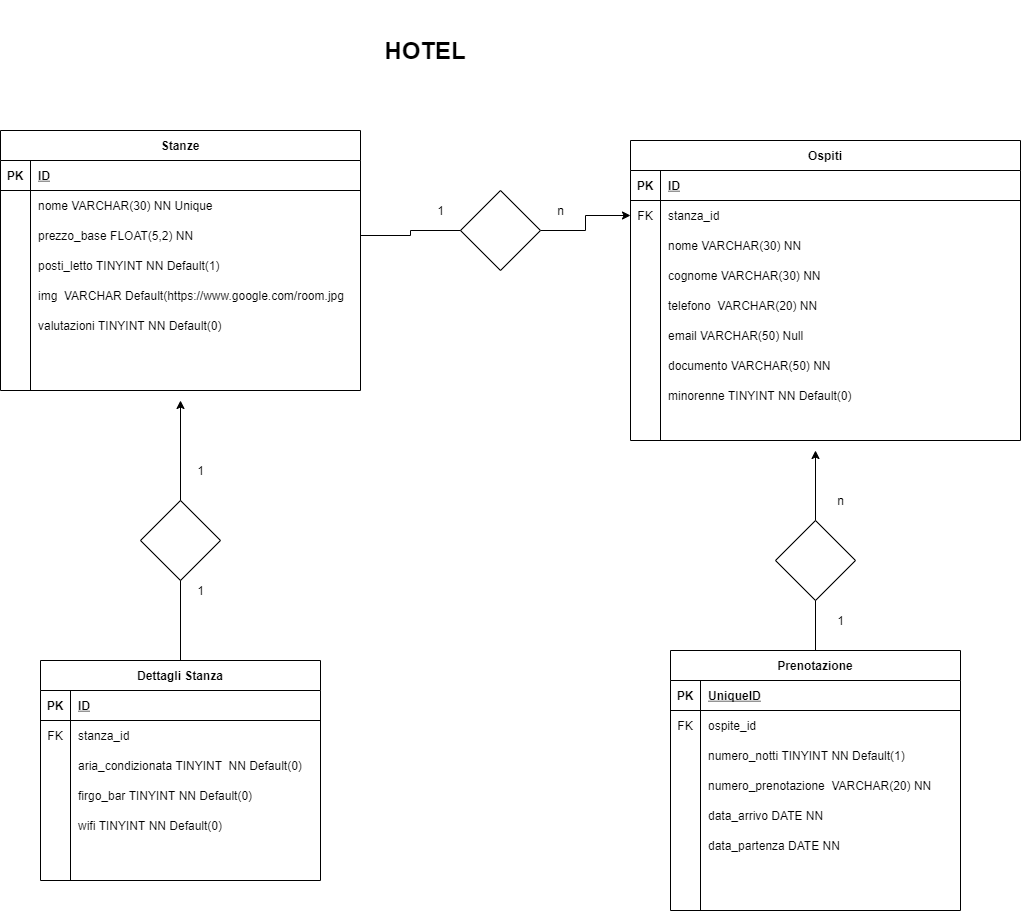
Above: database-hotel.png in filippogarota96/db-hotel (draw.io), before the change. Source tidied: cells renumbered, new cells last; positions are measured from the earlier drawing's top-left corner, leaving out a move shared by most shapes.
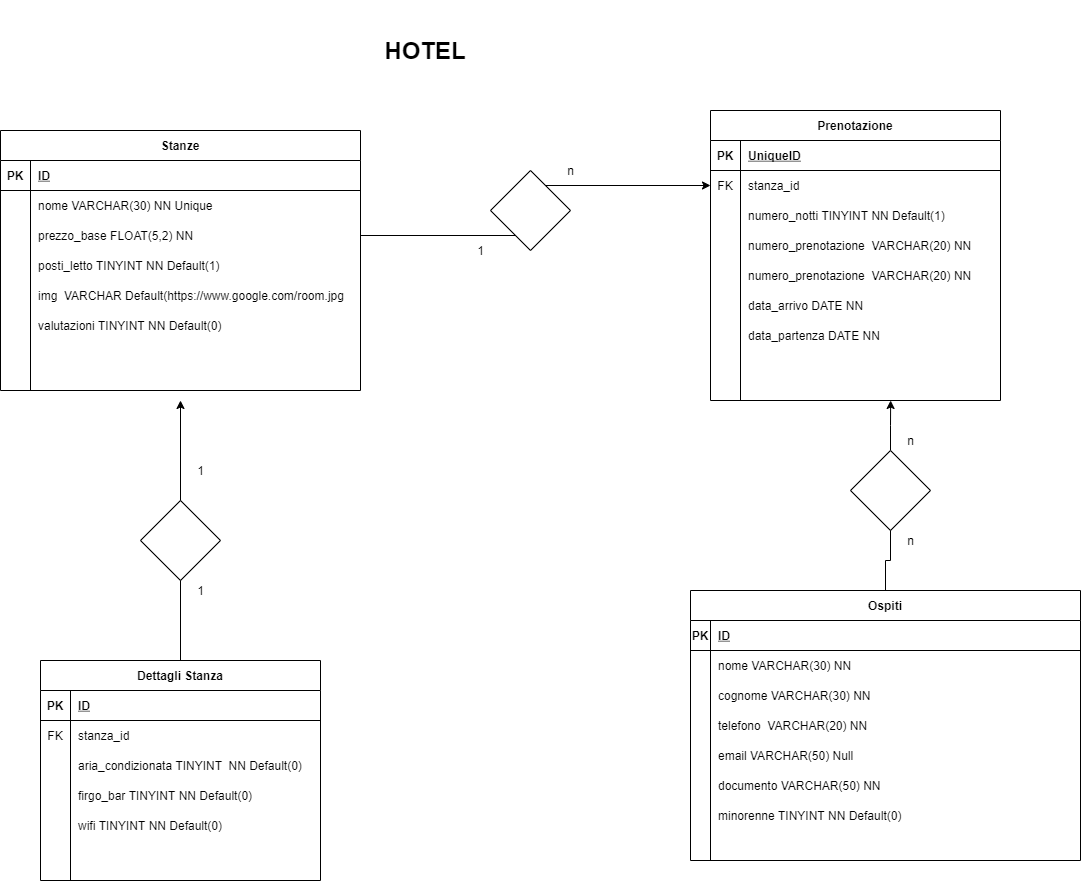
After the commit.

Diff of the diagram source:
```diff
@@ -80,80 +80,76 @@
     <mxCell id="27" style="shape=partialRectangle;fillColor=none;top=0;left=0;bottom=0;right=0;align=left;spacingLeft=6;overflow=hidden;" parent="25" vertex="1">
       <mxGeometry x="30" width="330" height="20" as="geometry" />
     </mxCell>
+    <mxCell id="104" style="edgeStyle=orthogonalEdgeStyle;rounded=0;jettySize=auto;html=1;exitX=0.5;exitY=0;exitDx=0;exitDy=0;startArrow=none;" parent="1" edge="1" source="108">
+      <mxGeometry relative="1" as="geometry">
+        <mxPoint x="890.1" y="400" as="targetPoint" />
+      </mxGeometry>
+    </mxCell>
     <mxCell id="28" value="Ospiti" style="shape=table;startSize=30;rowLines=0;fontStyle=1;align=center;" parent="1" vertex="1">
-      <mxGeometry x="630" y="140" width="390" height="300" as="geometry" />
+      <mxGeometry x="690" y="590" width="390" height="270" as="geometry" />
     </mxCell>
     <mxCell id="29" style="shape=partialRectangle;fillColor=none;top=0;left=0;bottom=1;right=0;" parent="28" vertex="1">
       <mxGeometry y="30" width="390" height="30" as="geometry" />
     </mxCell>
     <mxCell id="30" value="PK" style="shape=partialRectangle;fillColor=none;top=0;left=0;bottom=0;right=0;fontStyle=1;overflow=hidden;" parent="29" vertex="1">
-      <mxGeometry width="30" height="30" as="geometry" />
+      <mxGeometry width="20" height="30" as="geometry" />
     </mxCell>
     <mxCell id="31" value="ID" style="shape=partialRectangle;fillColor=none;top=0;left=0;bottom=0;right=0;align=left;spacingLeft=6;fontStyle=5;overflow=hidden;" parent="29" vertex="1">
-      <mxGeometry x="30" width="360" height="30" as="geometry" />
+      <mxGeometry x="20" width="370" height="30" as="geometry" />
     </mxCell>
-    <mxCell id="32" style="shape=partialRectangle;fillColor=none;top=0;left=0;bottom=0;right=0;points=[[0,0.5],[1,0.5]];portConstraint=eastwest;" parent="28" vertex="1">
-      <mxGeometry y="60" width="390" height="30" as="geometry" />
-    </mxCell>
-    <mxCell id="33" value="FK" style="shape=partialRectangle;fillColor=none;top=0;left=0;bottom=0;right=0;fontStyle=0;overflow=hidden;" parent="32" vertex="1">
-      <mxGeometry width="30" height="30" as="geometry" />
-    </mxCell>
-    <mxCell id="34" value="stanza_id" style="shape=partialRectangle;fillColor=none;top=0;left=0;bottom=0;right=0;align=left;spacingLeft=6;fontStyle=0;overflow=hidden;" parent="32" vertex="1">
-      <mxGeometry x="30" width="360" height="30" as="geometry" />
-    </mxCell>
     <mxCell id="35" style="shape=partialRectangle;fillColor=none;top=0;left=0;bottom=0;right=0;" parent="28" vertex="1">
-      <mxGeometry y="90" width="390" height="30" as="geometry" />
+      <mxGeometry y="60" width="390" height="30" as="geometry" />
     </mxCell>
     <mxCell id="36" style="shape=partialRectangle;fillColor=none;top=0;left=0;bottom=0;right=0;overflow=hidden;" parent="35" vertex="1">
-      <mxGeometry width="30" height="30" as="geometry" />
+      <mxGeometry width="20" height="30" as="geometry" />
     </mxCell>
     <mxCell id="37" value="nome VARCHAR(30) NN" style="shape=partialRectangle;fillColor=none;top=0;left=0;bottom=0;right=0;align=left;spacingLeft=6;overflow=hidden;" parent="35" vertex="1">
-      <mxGeometry x="30" width="360" height="30" as="geometry" />
+      <mxGeometry x="20" width="370" height="30" as="geometry" />
     </mxCell>
     <mxCell id="38" style="shape=partialRectangle;fillColor=none;top=0;left=0;bottom=0;right=0;" parent="28" vertex="1">
-      <mxGeometry y="120" width="390" height="30" as="geometry" />
+      <mxGeometry y="90" width="390" height="30" as="geometry" />
     </mxCell>
     <mxCell id="39" style="shape=partialRectangle;fillColor=none;top=0;left=0;bottom=0;right=0;overflow=hidden;" parent="38" vertex="1">
-      <mxGeometry width="30" height="30" as="geometry" />
+      <mxGeometry width="20" height="30" as="geometry" />
     </mxCell>
     <mxCell id="40" value="cognome VARCHAR(30) NN" style="shape=partialRectangle;fillColor=none;top=0;left=0;bottom=0;right=0;align=left;spacingLeft=6;overflow=hidden;" parent="38" vertex="1">
-      <mxGeometry x="30" width="360" height="30" as="geometry" />
+      <mxGeometry x="20" width="370" height="30" as="geometry" />
     </mxCell>
     <mxCell id="41" style="shape=partialRectangle;fillColor=none;top=0;left=0;bottom=0;right=0;" parent="28" vertex="1">
-      <mxGeometry y="150" width="390" height="30" as="geometry" />
+      <mxGeometry y="120" width="390" height="30" as="geometry" />
     </mxCell>
     <mxCell id="42" style="shape=partialRectangle;fillColor=none;top=0;left=0;bottom=0;right=0;overflow=hidden;" parent="41" vertex="1">
-      <mxGeometry width="30" height="30" as="geometry" />
+      <mxGeometry width="20" height="30" as="geometry" />
     </mxCell>
     <mxCell id="43" value="telefono  VARCHAR(20) NN" style="shape=partialRectangle;fillColor=none;top=0;left=0;bottom=0;right=0;align=left;spacingLeft=6;overflow=hidden;" parent="41" vertex="1">
-      <mxGeometry x="30" width="360" height="30" as="geometry" />
+      <mxGeometry x="20" width="370" height="30" as="geometry" />
     </mxCell>
     <mxCell id="44" style="shape=partialRectangle;fillColor=none;top=0;left=0;bottom=0;right=0;" parent="28" vertex="1">
-      <mxGeometry y="180" width="390" height="30" as="geometry" />
+      <mxGeometry y="150" width="390" height="30" as="geometry" />
     </mxCell>
     <mxCell id="45" style="shape=partialRectangle;fillColor=none;top=0;left=0;bottom=0;right=0;overflow=hidden;" parent="44" vertex="1">
-      <mxGeometry width="30" height="30" as="geometry" />
+      <mxGeometry width="20" height="30" as="geometry" />
     </mxCell>
     <mxCell id="46" value="email VARCHAR(50) Null " style="shape=partialRectangle;fillColor=none;top=0;left=0;bottom=0;right=0;align=left;spacingLeft=6;overflow=hidden;" parent="44" vertex="1">
-      <mxGeometry x="30" width="360" height="30" as="geometry" />
+      <mxGeometry x="20" width="370" height="30" as="geometry" />
     </mxCell>
     <mxCell id="47" style="shape=partialRectangle;fillColor=none;top=0;left=0;bottom=0;right=0;" parent="28" vertex="1">
-      <mxGeometry y="210" width="390" height="30" as="geometry" />
+      <mxGeometry y="180" width="390" height="30" as="geometry" />
     </mxCell>
     <mxCell id="48" style="shape=partialRectangle;fillColor=none;top=0;left=0;bottom=0;right=0;overflow=hidden;" parent="47" vertex="1">
-      <mxGeometry width="30" height="30" as="geometry" />
+      <mxGeometry width="20" height="30" as="geometry" />
     </mxCell>
     <mxCell id="49" value="documento VARCHAR(50) NN " style="shape=partialRectangle;fillColor=none;top=0;left=0;bottom=0;right=0;align=left;spacingLeft=6;overflow=hidden;" parent="47" vertex="1">
-      <mxGeometry x="30" width="360" height="30" as="geometry" />
+      <mxGeometry x="20" width="370" height="30" as="geometry" />
     </mxCell>
     <mxCell id="50" style="shape=partialRectangle;fillColor=none;top=0;left=0;bottom=0;right=0;" parent="28" vertex="1">
-      <mxGeometry y="240" width="390" height="30" as="geometry" />
+      <mxGeometry y="210" width="390" height="30" as="geometry" />
     </mxCell>
     <mxCell id="51" style="shape=partialRectangle;fillColor=none;top=0;left=0;bottom=0;right=0;overflow=hidden;" parent="50" vertex="1">
-      <mxGeometry width="30" height="30" as="geometry" />
+      <mxGeometry width="20" height="30" as="geometry" />
     </mxCell>
     <mxCell id="52" value="minorenne TINYINT NN Default(0)" style="shape=partialRectangle;fillColor=none;top=0;left=0;bottom=0;right=0;align=left;spacingLeft=6;overflow=hidden;" parent="50" vertex="1">
-      <mxGeometry x="30" width="360" height="30" as="geometry" />
+      <mxGeometry x="20" width="370" height="30" as="geometry" />
     </mxCell>
     <mxCell id="53" style="edgeStyle=orthogonalEdgeStyle;rounded=0;jettySize=auto;html=1;" parent="1" edge="1" source="54">
       <mxGeometry relative="1" as="geometry">
@@ -217,13 +213,8 @@
     <mxCell id="72" style="shape=partialRectangle;fillColor=none;top=0;left=0;bottom=0;right=0;align=left;spacingLeft=6;overflow=hidden;" parent="70" vertex="1">
       <mxGeometry x="30" width="250" height="30" as="geometry" />
     </mxCell>
-    <mxCell id="73" style="edgeStyle=orthogonalEdgeStyle;rounded=0;jettySize=auto;html=1;exitX=0.5;exitY=0;exitDx=0;exitDy=0;" parent="1" edge="1" source="74">
-      <mxGeometry relative="1" as="geometry">
-        <mxPoint x="815" y="450" as="targetPoint" />
-      </mxGeometry>
-    </mxCell>
     <mxCell id="74" value="Prenotazione" style="shape=table;startSize=30;rowLines=0;fontStyle=1;align=center;" parent="1" vertex="1">
-      <mxGeometry x="670" y="650" width="290" height="260" as="geometry" />
+      <mxGeometry x="710" y="110" width="290" height="290" as="geometry" />
     </mxCell>
     <mxCell id="75" style="shape=partialRectangle;fillColor=none;top=0;left=0;bottom=1;right=0;" parent="74" vertex="1">
       <mxGeometry y="30" width="290" height="30" as="geometry" />
@@ -240,7 +231,7 @@
     <mxCell id="79" value="FK" style="shape=partialRectangle;fillColor=none;top=0;left=0;bottom=0;right=0;fontStyle=0;overflow=hidden;" parent="78" vertex="1">
       <mxGeometry width="30" height="30" as="geometry" />
     </mxCell>
-    <mxCell id="80" value="ospite_id" style="shape=partialRectangle;fillColor=none;top=0;left=0;bottom=0;right=0;align=left;spacingLeft=6;fontStyle=0;overflow=hidden;" parent="78" vertex="1">
+    <mxCell id="80" value="stanza_id" style="shape=partialRectangle;fillColor=none;top=0;left=0;bottom=0;right=0;align=left;spacingLeft=6;fontStyle=0;overflow=hidden;" parent="78" vertex="1">
       <mxGeometry x="30" width="260" height="30" as="geometry" />
     </mxCell>
     <mxCell id="81" style="shape=partialRectangle;fillColor=none;top=0;left=0;bottom=0;right=0;" parent="74" vertex="1">
@@ -252,8 +243,17 @@
     <mxCell id="83" value="numero_notti TINYINT NN Default(1)" style="shape=partialRectangle;fillColor=none;top=0;left=0;bottom=0;right=0;align=left;spacingLeft=6;overflow=hidden;" parent="81" vertex="1">
       <mxGeometry x="30" width="260" height="30" as="geometry" />
     </mxCell>
+    <mxCell id="105" style="shape=partialRectangle;fillColor=none;top=0;left=0;bottom=0;right=0;" parent="74" vertex="1">
+      <mxGeometry y="120" width="290" height="30" as="geometry" />
+    </mxCell>
+    <mxCell id="106" style="shape=partialRectangle;fillColor=none;top=0;left=0;bottom=0;right=0;overflow=hidden;" parent="105" vertex="1">
+      <mxGeometry width="30" height="30" as="geometry" />
+    </mxCell>
+    <mxCell id="107" value="numero_prenotazione  VARCHAR(20) NN" style="shape=partialRectangle;fillColor=none;top=0;left=0;bottom=0;right=0;align=left;spacingLeft=6;overflow=hidden;" parent="105" vertex="1">
+      <mxGeometry x="30" width="260" height="30" as="geometry" />
+    </mxCell>
     <mxCell id="84" style="shape=partialRectangle;fillColor=none;top=0;left=0;bottom=0;right=0;" parent="74" vertex="1">
-      <mxGeometry y="120" width="290" height="30" as="geometry" />
+      <mxGeometry y="150" width="290" height="30" as="geometry" />
     </mxCell>
     <mxCell id="85" style="shape=partialRectangle;fillColor=none;top=0;left=0;bottom=0;right=0;overflow=hidden;" parent="84" vertex="1">
       <mxGeometry width="30" height="30" as="geometry" />
@@ -262,7 +262,7 @@
       <mxGeometry x="30" width="260" height="30" as="geometry" />
     </mxCell>
     <mxCell id="87" style="shape=partialRectangle;fillColor=none;top=0;left=0;bottom=0;right=0;" parent="74" vertex="1">
-      <mxGeometry y="150" width="290" height="30" as="geometry" />
+      <mxGeometry y="180" width="290" height="30" as="geometry" />
     </mxCell>
     <mxCell id="88" style="shape=partialRectangle;fillColor=none;top=0;left=0;bottom=0;right=0;overflow=hidden;" parent="87" vertex="1">
       <mxGeometry width="30" height="30" as="geometry" />
@@ -271,7 +271,7 @@
       <mxGeometry x="30" width="260" height="30" as="geometry" />
     </mxCell>
     <mxCell id="90" style="shape=partialRectangle;fillColor=none;top=0;left=0;bottom=0;right=0;" parent="74" vertex="1">
-      <mxGeometry y="180" width="290" height="30" as="geometry" />
+      <mxGeometry y="210" width="290" height="30" as="geometry" />
     </mxCell>
     <mxCell id="91" style="shape=partialRectangle;fillColor=none;top=0;left=0;bottom=0;right=0;overflow=hidden;" parent="90" vertex="1">
       <mxGeometry width="30" height="30" as="geometry" />
@@ -279,21 +279,6 @@
     <mxCell id="92" value="data_partenza DATE NN" style="shape=partialRectangle;fillColor=none;top=0;left=0;bottom=0;right=0;align=left;spacingLeft=6;overflow=hidden;" parent="90" vertex="1">
       <mxGeometry x="30" width="260" height="30" as="geometry" />
     </mxCell>
-    <mxCell id="93" style="edgeStyle=orthogonalEdgeStyle;rounded=0;jettySize=auto;html=1;exitX=1;exitY=0.5;exitDx=0;exitDy=0;entryX=0;entryY=0.5;entryDx=0;entryDy=0;startArrow=none;" parent="1" edge="1" source="94" target="32">
-      <mxGeometry relative="1" as="geometry" />
-    </mxCell>
-    <mxCell id="94" style="rhombus;whiteSpace=wrap;html=1;" parent="1" vertex="1">
-      <mxGeometry x="460" y="190" width="80" height="80" as="geometry" />
-    </mxCell>
-    <mxCell id="95" style="edgeStyle=orthogonalEdgeStyle;rounded=0;jettySize=auto;html=1;exitX=1;exitY=0.5;exitDx=0;exitDy=0;entryX=0;entryY=0.5;entryDx=0;entryDy=0;endArrow=none;" parent="1" edge="1" source="10" target="94">
-      <mxGeometry relative="1" as="geometry" />
-    </mxCell>
-    <mxCell id="96" value="1" style="text;html=1;align=center;verticalAlign=middle;strokeColor=none;" parent="1" vertex="1">
-      <mxGeometry x="430" y="200" width="20" height="20" as="geometry" />
-    </mxCell>
-    <mxCell id="97" value="n" style="text;html=1;align=center;verticalAlign=middle;strokeColor=none;" parent="1" vertex="1">
-      <mxGeometry x="550" y="200" width="20" height="20" as="geometry" />
-    </mxCell>
     <mxCell id="98" value="1" style="text;html=1;align=center;verticalAlign=middle;strokeColor=none;" parent="1" vertex="1">
       <mxGeometry x="190" y="460" width="20" height="20" as="geometry" />
     </mxCell>
@@ -303,14 +288,29 @@
     <mxCell id="100" style="rhombus;whiteSpace=wrap;html=1;" parent="1" vertex="1">
       <mxGeometry x="140" y="500" width="80" height="80" as="geometry" />
     </mxCell>
-    <mxCell id="101" style="rhombus;whiteSpace=wrap;html=1;" parent="1" vertex="1">
-      <mxGeometry x="775" y="520" width="80" height="80" as="geometry" />
-    </mxCell>
-    <mxCell id="102" value="n" style="text;html=1;align=center;verticalAlign=middle;strokeColor=none;" parent="1" vertex="1">
-      <mxGeometry x="830" y="490" width="20" height="20" as="geometry" />
-    </mxCell>
-    <mxCell id="103" value="1" style="text;html=1;align=center;verticalAlign=middle;strokeColor=none;" parent="1" vertex="1">
-      <mxGeometry x="830" y="610" width="20" height="20" as="geometry" />
-    </mxCell>
+    <mxCell id="108" style="rhombus;whiteSpace=wrap;html=1;" parent="1" vertex="1">
+      <mxGeometry x="850" y="450" width="80" height="80" as="geometry" />
+    </mxCell>
+    <mxCell id="109" style="edgeStyle=orthogonalEdgeStyle;rounded=0;jettySize=auto;html=1;exitX=0.5;exitY=0;exitDx=0;exitDy=0;endArrow=none;" parent="1" edge="1" source="28" target="108">
+      <mxGeometry relative="1" as="geometry" />
+    </mxCell>
+    <mxCell id="110" value="n" style="text;html=1;align=center;verticalAlign=middle;strokeColor=none;" parent="1" vertex="1">
+      <mxGeometry x="900" y="430" width="20" height="20" as="geometry" />
+    </mxCell>
+    <mxCell id="111" value="n" style="text;html=1;align=center;verticalAlign=middle;strokeColor=none;" parent="1" vertex="1">
+      <mxGeometry x="900" y="530" width="20" height="20" as="geometry" />
+    </mxCell>
+    <mxCell id="112" style="edgeStyle=orthogonalEdgeStyle;rounded=0;jettySize=auto;html=1;exitX=1;exitY=0.5;exitDx=0;exitDy=0;entryX=0;entryY=0.5;entryDx=0;entryDy=0;" parent="1" edge="1" source="10" target="78">
+      <mxGeometry relative="1" as="geometry" />
+    </mxCell>
+    <mxCell id="113" style="rhombus;whiteSpace=wrap;html=1;" parent="1" vertex="1">
+      <mxGeometry x="490" y="170" width="80" height="80" as="geometry" />
+    </mxCell>
+    <mxCell id="114" value="n" style="text;html=1;align=center;verticalAlign=middle;strokeColor=none;" parent="1" vertex="1">
+      <mxGeometry x="560" y="160" width="20" height="20" as="geometry" />
+    </mxCell>
+    <mxCell id="115" value="1" style="text;html=1;align=center;verticalAlign=middle;strokeColor=none;" parent="1" vertex="1">
+      <mxGeometry x="470" y="240" width="20" height="20" as="geometry" />
+    </mxCell>
   </root>
 </mxGraphModel>
```
